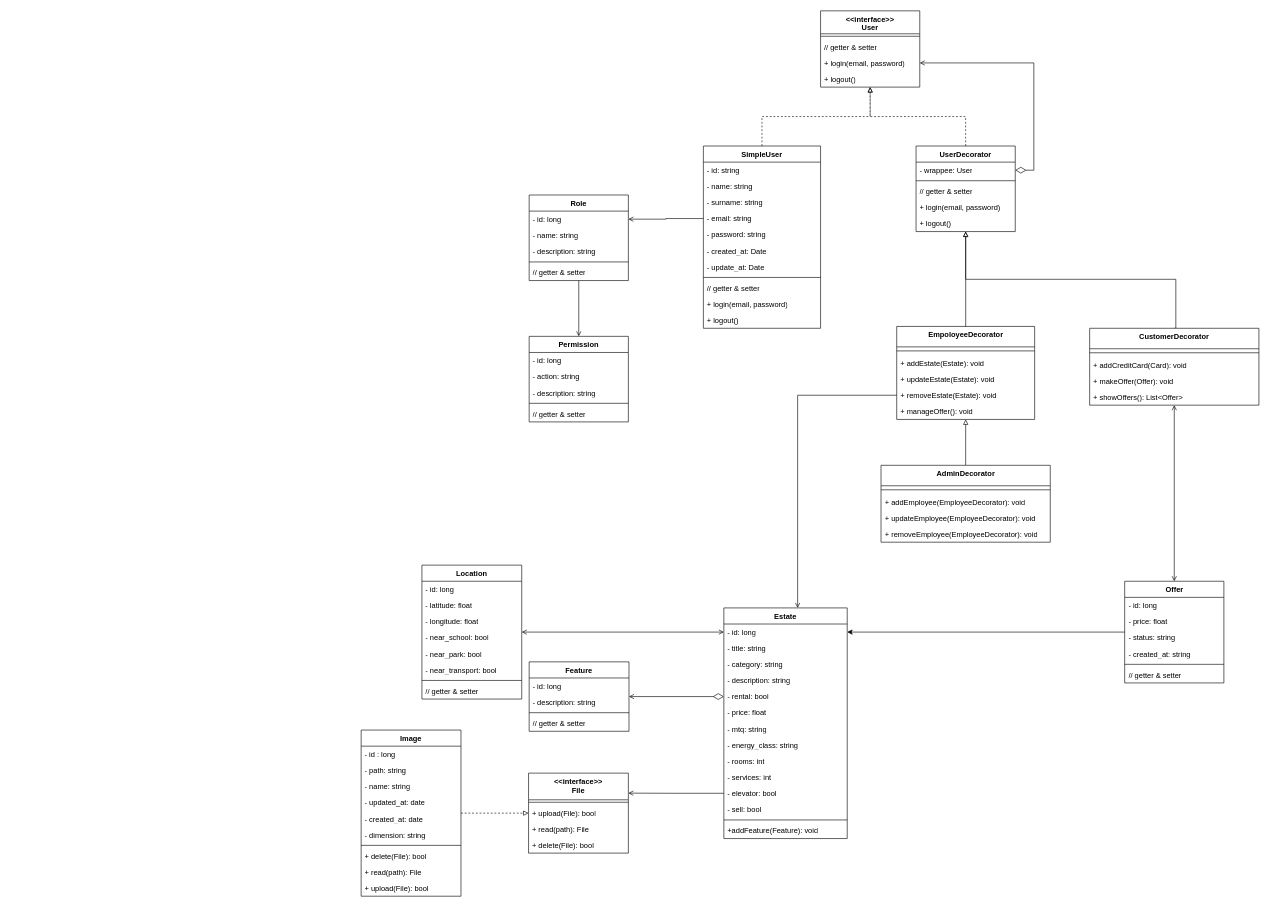
Lucalorenzo004/DietiEstates25 keeps this draw.io diagram as page "v.1.1" (2 of 2) of documentazione/class-diagram.drawio. Above is the earlier version. Source tidied: cells renumbered, new cells numbered last; positions are measured from the earlier drawing's top-left corner, leaving out a move shared by most shapes. Both pictures are drawn from the tidied source at 62%, with x=0, y=0 at pixel (361, 11).
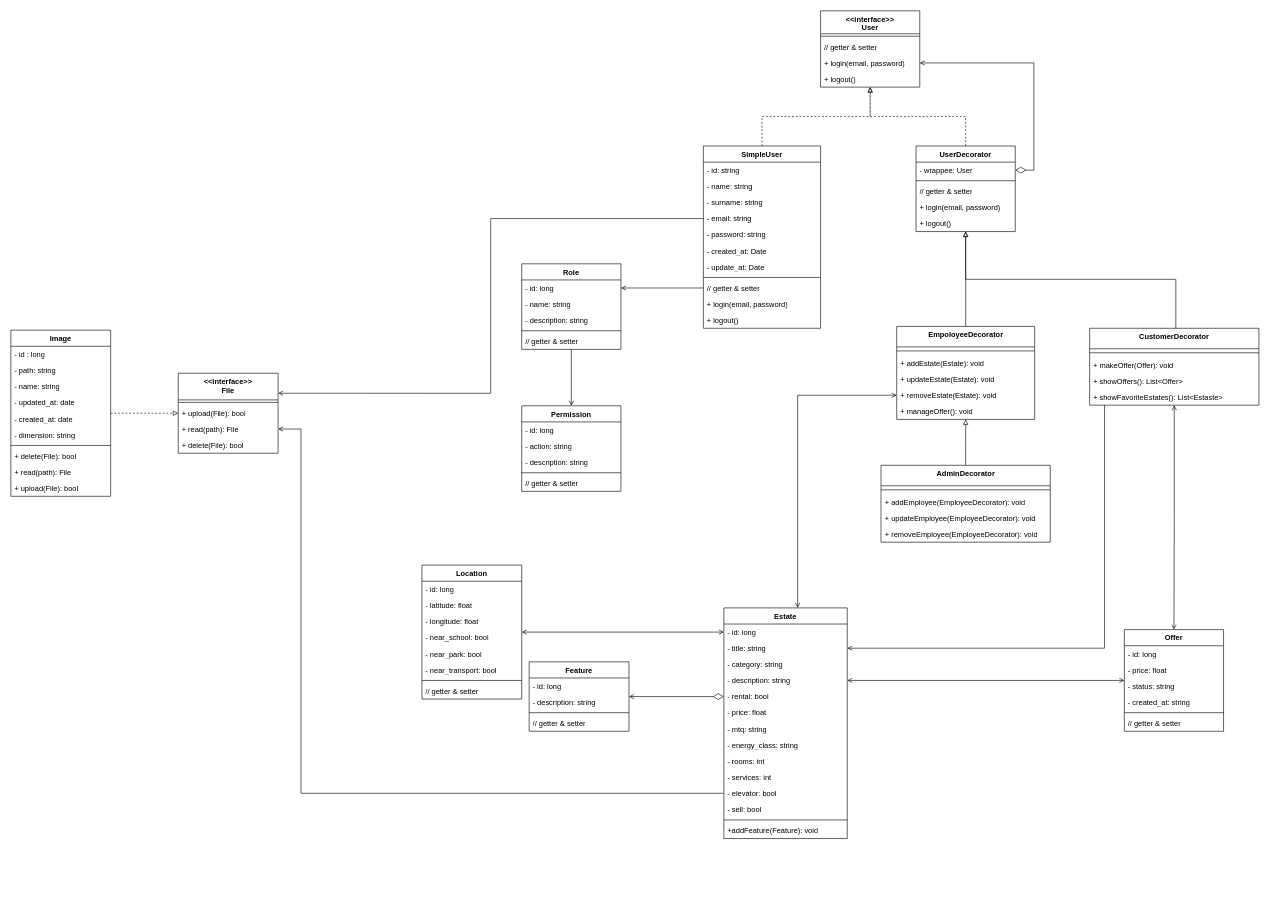
Above is the later version.

The change refers to these unchanged cells:
```xml
<mxCell id="6" value="Estate" style="swimlane;fontStyle=1;align=center;verticalAlign=top;horizontal=1;startSize=26;whiteSpace=wrap;html=1;" parent="1" vertex="1">
  <mxGeometry x="585" y="963" width="199" height="372" as="geometry" />
</mxCell>
<mxCell id="7" value="- id: long" style="text;strokeColor=none;fillColor=none;align=left;verticalAlign=top;spacingLeft=4;spacingRight=4;overflow=hidden;points=[[0,0.5],[1,0.5]];portConstraint=eastwest;whiteSpace=wrap;html=1;" parent="6" vertex="1">
  <mxGeometry y="26" width="199" height="26" as="geometry" />
</mxCell>
<mxCell id="10" value="- description: string" style="text;strokeColor=none;fillColor=none;align=left;verticalAlign=top;spacingLeft=4;spacingRight=4;overflow=hidden;points=[[0,0.5],[1,0.5]];portConstraint=eastwest;whiteSpace=wrap;html=1;" parent="6" vertex="1">
  <mxGeometry y="104" width="199" height="26" as="geometry" />
</mxCell>
<mxCell id="17" value="- elevator: bool" style="text;strokeColor=none;fillColor=none;align=left;verticalAlign=top;spacingLeft=4;spacingRight=4;overflow=hidden;points=[[0,0.5],[1,0.5]];portConstraint=eastwest;whiteSpace=wrap;html=1;" parent="6" vertex="1">
  <mxGeometry y="286" width="199" height="26" as="geometry" />
</mxCell>
<mxCell id="29" value="+ read(path): File" style="text;strokeColor=none;fillColor=none;align=left;verticalAlign=top;spacingLeft=4;spacingRight=4;overflow=hidden;points=[[0,0.5],[1,0.5]];portConstraint=eastwest;whiteSpace=wrap;html=1;" parent="26" vertex="1">
  <mxGeometry y="77" width="161" height="26" as="geometry" />
</mxCell>
<mxCell id="33" value="- id: long" style="text;strokeColor=none;fillColor=none;align=left;verticalAlign=top;spacingLeft=4;spacingRight=4;overflow=hidden;points=[[0,0.5],[1,0.5]];portConstraint=eastwest;whiteSpace=wrap;html=1;" parent="32" vertex="1">
  <mxGeometry y="26" width="160" height="26" as="geometry" />
</mxCell>
<mxCell id="83" value="- email: string" style="text;strokeColor=none;fillColor=none;align=left;verticalAlign=top;spacingLeft=4;spacingRight=4;overflow=hidden;points=[[0,0.5],[1,0.5]];portConstraint=eastwest;whiteSpace=wrap;html=1;" parent="79" vertex="1">
  <mxGeometry y="104" width="189" height="26" as="geometry" />
</mxCell>
<mxCell id="88" value="// getter &amp;amp; setter" style="text;strokeColor=none;fillColor=none;align=left;verticalAlign=top;spacingLeft=4;spacingRight=4;overflow=hidden;points=[[0,0.5],[1,0.5]];portConstraint=eastwest;whiteSpace=wrap;html=1;" parent="79" vertex="1">
  <mxGeometry y="216" width="189" height="26" as="geometry" />
</mxCell>
<mxCell id="103" value="+ removeEstate(Estate): void" style="text;strokeColor=none;fillColor=none;align=left;verticalAlign=top;spacingLeft=4;spacingRight=4;overflow=hidden;points=[[0,0.5],[1,0.5]];portConstraint=eastwest;whiteSpace=wrap;html=1;" parent="99" vertex="1">
  <mxGeometry y="98" width="222.5" height="26" as="geometry" />
</mxCell>
<mxCell id="113" value="CustomerDecorator" style="swimlane;fontStyle=1;align=center;verticalAlign=top;horizontal=1;startSize=33;whiteSpace=wrap;html=1;" parent="1" vertex="1">
  <mxGeometry x="1175" y="512" width="273" height="124" as="geometry" />
</mxCell>
```

What changed in the source:
```diff
@@
-    <mxCell id="2" style="edgeStyle=orthogonalEdgeStyle;rounded=0;jettySize=auto;html=1;endArrow=open;endFill=0;exitX=0;exitY=0.5;exitDx=0;exitDy=0;entryX=1;entryY=0.5;entryDx=0;entryDy=0;" parent="1" edge="1" source="83" target="33">
+    <mxCell id="2" style="edgeStyle=orthogonalEdgeStyle;rounded=0;jettySize=auto;html=1;endArrow=open;endFill=0;exitX=0;exitY=0.5;exitDx=0;exitDy=0;entryX=1;entryY=0.5;entryDx=0;entryDy=0;" parent="1" edge="1" source="88" target="33">
       <mxGeometry relative="1" as="geometry" />
     </mxCell>
@@
-    <mxCell id="5" style="edgeStyle=orthogonalEdgeStyle;rounded=0;jettySize=auto;html=1;entryX=0;entryY=0.5;entryDx=0;entryDy=0;endArrow=none;endFill=0;startArrow=open;startFill=0;" parent="1" edge="1" source="6" target="103">
+    <mxCell id="5" style="edgeStyle=orthogonalEdgeStyle;rounded=0;jettySize=auto;html=1;entryX=0;entryY=0.5;entryDx=0;entryDy=0;endArrow=open;endFill=0;startArrow=open;startFill=0;" parent="1" edge="1" source="6" target="103">
       <mxGeometry relative="1" as="geometry">
         <Array as="points">
           <mxPoint x="704" y="620" />
         </Array>
       </mxGeometry>
     </mxCell>
@@
     <mxCell id="26" value="&amp;lt;&amp;lt;interface&amp;gt;&amp;gt;&lt;br&gt;File" style="swimlane;fontStyle=1;align=center;verticalAlign=top;horizontal=1;startSize=43;whiteSpace=wrap;html=1;" parent="1" vertex="1">
-      <mxGeometry x="270" y="1229.5" width="161" height="129" as="geometry" />
+      <mxGeometry x="-295" y="584.5" width="161" height="129" as="geometry" />
     </mxCell>
@@
     <mxCell id="32" value="Role" style="swimlane;fontStyle=1;align=center;verticalAlign=top;horizontal=1;startSize=26;whiteSpace=wrap;html=1;" parent="1" vertex="1">
-      <mxGeometry x="271" y="297" width="160" height="138" as="geometry" />
+      <mxGeometry x="259" y="408" width="160" height="138" as="geometry" />
     </mxCell>
@@
     <mxCell id="38" value="Permission" style="swimlane;fontStyle=1;align=center;verticalAlign=top;horizontal=1;startSize=26;whiteSpace=wrap;html=1;" parent="1" vertex="1">
-      <mxGeometry x="271" y="525" width="160" height="138" as="geometry" />
+      <mxGeometry x="259" y="637" width="160" height="138" as="geometry" />
     </mxCell>
@@
-    <mxCell id="53" style="edgeStyle=orthogonalEdgeStyle;rounded=0;jettySize=auto;html=1;entryX=1;entryY=0.5;entryDx=0;entryDy=0;" parent="1" edge="1" source="54" target="7">
+    <mxCell id="53" style="edgeStyle=orthogonalEdgeStyle;rounded=0;jettySize=auto;html=1;entryX=1;entryY=0.5;entryDx=0;entryDy=0;endArrow=open;endFill=0;startArrow=open;startFill=0;" parent="1" edge="1" source="54" target="10">
       <mxGeometry relative="1" as="geometry" />
     </mxCell>
     <mxCell id="54" value="Offer" style="swimlane;fontStyle=1;align=center;verticalAlign=top;horizontal=1;startSize=26;whiteSpace=wrap;html=1;" parent="1" vertex="1">
-      <mxGeometry x="1231.5" y="920" width="160" height="164" as="geometry" />
+      <mxGeometry x="1231" y="998" width="160" height="164" as="geometry" />
     </mxCell>
@@
     <mxCell id="61" value="Image" style="swimlane;fontStyle=1;align=center;verticalAlign=top;horizontal=1;startSize=26;whiteSpace=wrap;html=1;" parent="1" vertex="1">
-      <mxGeometry y="1160" width="161" height="268" as="geometry" />
+      <mxGeometry x="-565" y="515" width="161" height="268" as="geometry" />
     </mxCell>
@@
-    <mxCell id="115" value="+ addCreditCard(Card): void" style="text;strokeColor=none;fillColor=none;align=left;verticalAlign=top;spacingLeft=4;spacingRight=4;overflow=hidden;whiteSpace=wrap;html=1;" parent="113" vertex="1">
-      <mxGeometry y="46" width="273" height="26" as="geometry" />
-    </mxCell>
     <mxCell id="116" value="+ makeOffer(Offer): void" style="text;strokeColor=none;fillColor=none;align=left;verticalAlign=top;spacingLeft=4;spacingRight=4;overflow=hidden;whiteSpace=wrap;html=1;" parent="113" vertex="1">
-      <mxGeometry y="72" width="273" height="26" as="geometry" />
+      <mxGeometry y="46" width="273" height="26" as="geometry" />
     </mxCell>
     <mxCell id="117" value="+ showOffers(): List&amp;lt;Offer&amp;gt;" style="text;strokeColor=none;fillColor=none;align=left;verticalAlign=top;spacingLeft=4;spacingRight=4;overflow=hidden;whiteSpace=wrap;html=1;" parent="113" vertex="1">
-      <mxGeometry y="98" width="273" height="26" as="geometry" />
+      <mxGeometry y="72" width="273" height="26" as="geometry" />
     </mxCell>
+    <mxCell id="120" value="+ showFavoriteEstates(): List&amp;lt;Estaste&amp;gt;" style="text;strokeColor=none;fillColor=none;align=left;verticalAlign=top;spacingLeft=4;spacingRight=4;overflow=hidden;whiteSpace=wrap;html=1;" parent="113" vertex="1">
+      <mxGeometry y="98" width="273" height="26" as="geometry" />
+    </mxCell>
@@
-    <mxCell id="119" style="edgeStyle=orthogonalEdgeStyle;rounded=0;jettySize=auto;html=1;exitX=0;exitY=0.5;exitDx=0;exitDy=0;entryX=1;entryY=0.25;entryDx=0;entryDy=0;endArrow=open;endFill=0;" parent="1" edge="1" source="17" target="26">
-      <mxGeometry relative="1" as="geometry" />
+    <mxCell id="119" style="edgeStyle=orthogonalEdgeStyle;rounded=0;jettySize=auto;html=1;exitX=0;exitY=0.5;exitDx=0;exitDy=0;entryX=1;entryY=0.5;entryDx=0;entryDy=0;endArrow=open;endFill=0;" parent="1" edge="1" source="17" target="29">
+      <mxGeometry relative="1" as="geometry">
+        <Array as="points">
+          <mxPoint x="-97" y="1262" />
+          <mxPoint x="-97" y="675" />
+          <mxPoint x="-134" y="675" />
+        </Array>
+      </mxGeometry>
     </mxCell>
+    <mxCell id="121" style="edgeStyle=orthogonalEdgeStyle;rounded=0;jettySize=auto;html=1;endArrow=open;endFill=0;" parent="1" edge="1" source="113">
+      <mxGeometry relative="1" as="geometry">
+        <mxPoint x="784" y="1028" as="targetPoint" />
+        <Array as="points">
+          <mxPoint x="1199" y="1028" />
+        </Array>
+      </mxGeometry>
+    </mxCell>
+    <mxCell id="122" style="edgeStyle=orthogonalEdgeStyle;rounded=0;jettySize=auto;html=1;entryX=1;entryY=0.25;entryDx=0;entryDy=0;endArrow=open;endFill=0;" parent="1" edge="1" source="83" target="26">
+      <mxGeometry relative="1" as="geometry" />
+    </mxCell>
```
